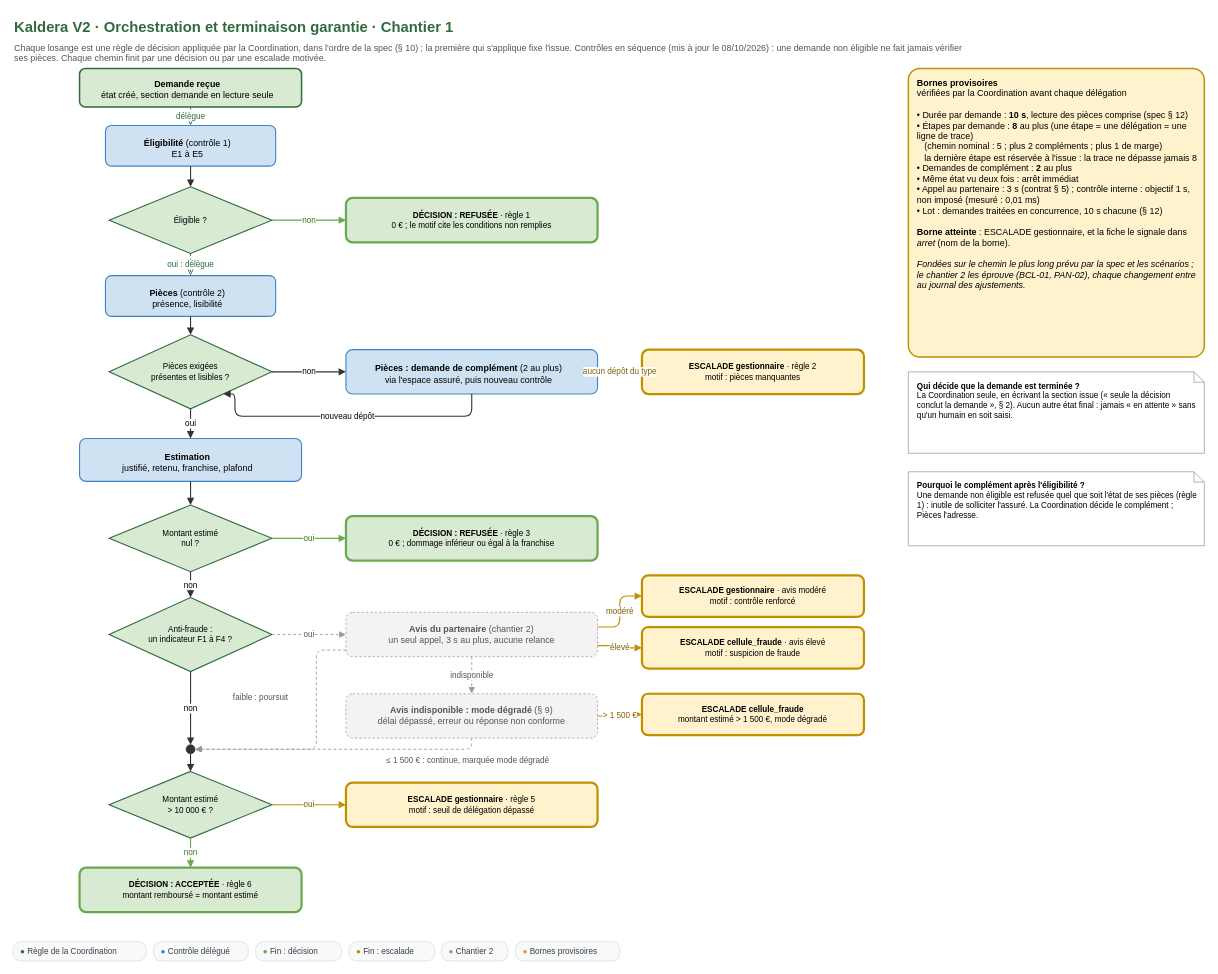
Ganda15/kaldera-bout-en-bout_v2 keeps this draw.io diagram as conception/schemas/schema-2-orchestration.drawio. Above is the earlier version. Source tidied: cells renumbered, new cells numbered last; positions are measured from the earlier drawing's top-left corner, leaving out a move shared by most shapes. Both pictures are drawn from the tidied source at 74%, with x=0, y=0 at pixel (13, 13).
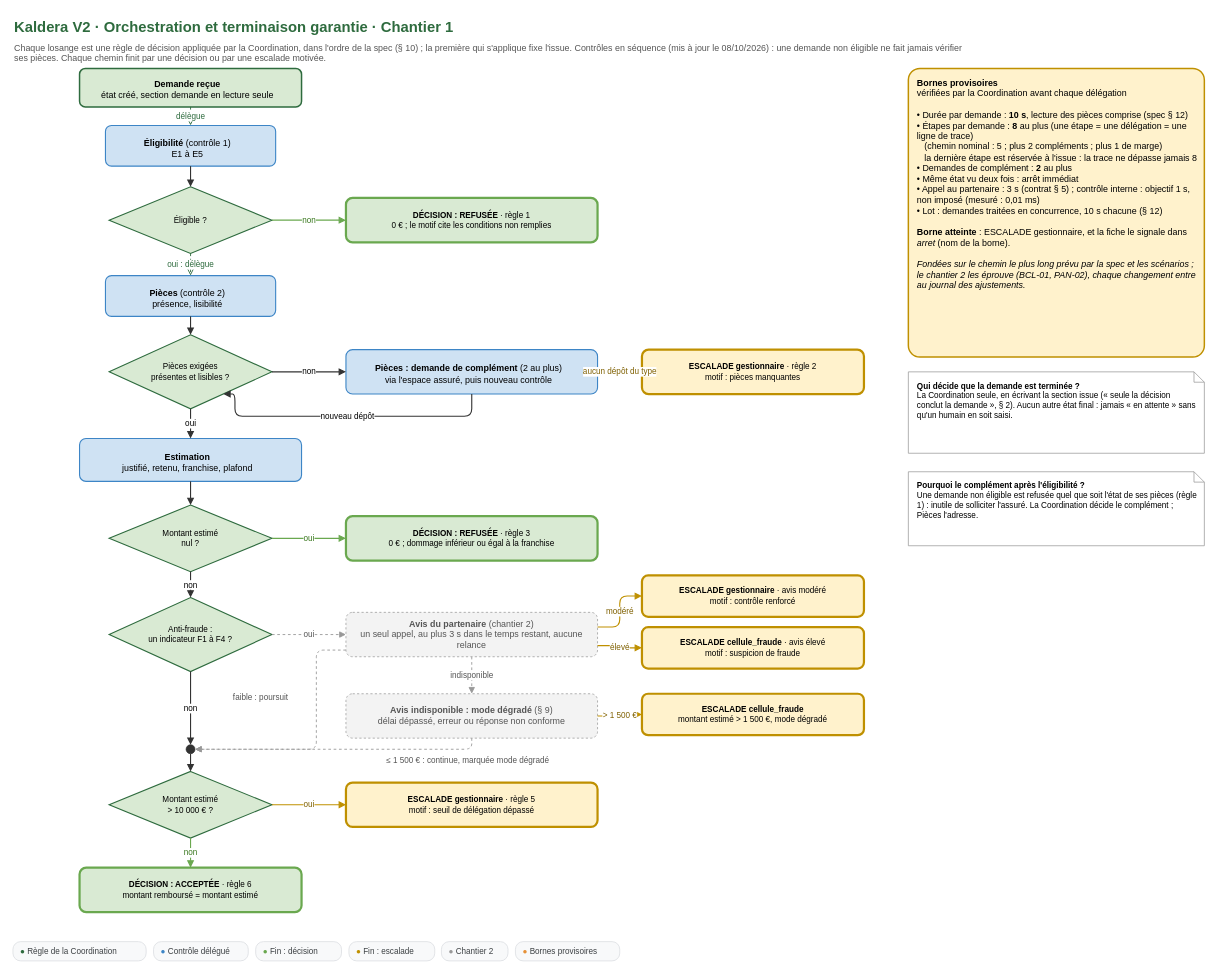
The same page after the edit.

The edit, as a diff of the source:
```diff
@@
-    <mxCell id="16" value="&lt;b&gt;Avis du partenaire&lt;/b&gt; (chantier 2)&lt;br&gt;un seul appel, 3 s au plus, aucune relance" style="whiteSpace=wrap;html=1;fontFamily=Arial;fontSize=12;rounded=1;fillColor=#f3f3f3;strokeColor=#999999;dashed=1;fontColor=#555555;" parent="1" vertex="1">
+    <mxCell id="16" value="&lt;b&gt;Avis du partenaire&lt;/b&gt; (chantier 2)&lt;br&gt;un seul appel, au plus 3 s dans le temps restant, aucune relance" style="whiteSpace=wrap;html=1;fontFamily=Arial;fontSize=12;rounded=1;fillColor=#f3f3f3;strokeColor=#999999;dashed=1;fontColor=#555555;" parent="1" vertex="1">
       <mxGeometry x="450" y="810" width="340" height="60" as="geometry" />
     </mxCell>
```
